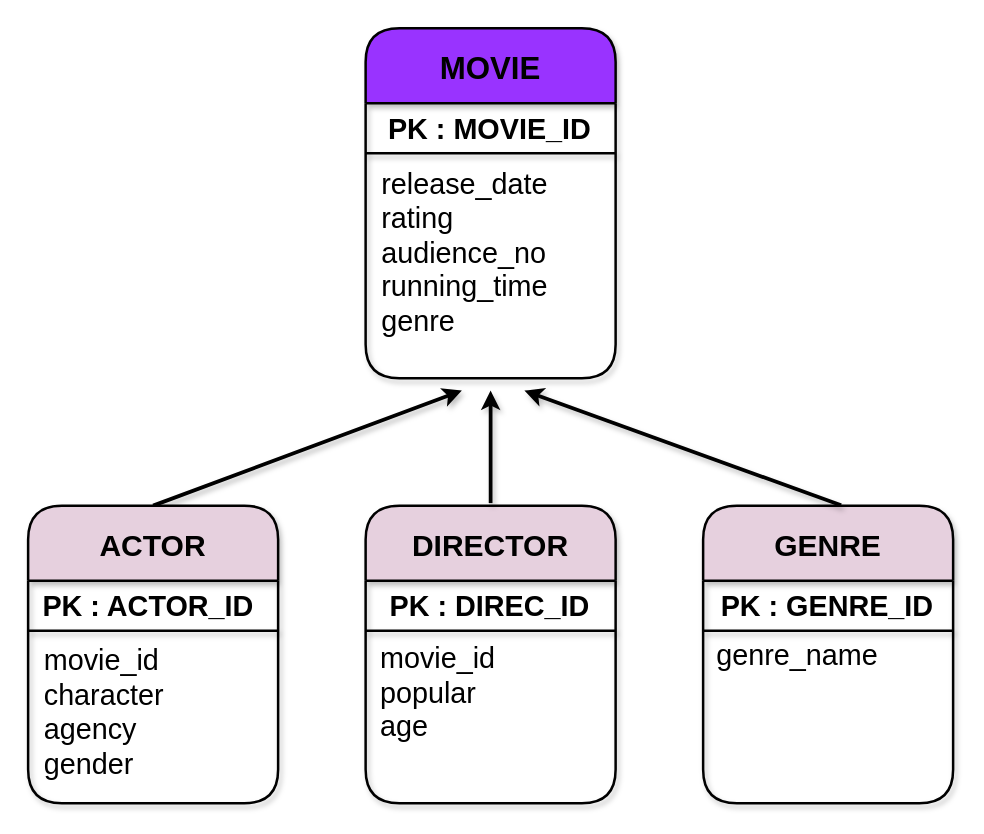
The draw.io diagram 0603/diagramlink.drawio in sujeong-jang-creator/Class-review, before the edit. Source tidied: cells renumbered, new cells numbered last; positions are measured from the earlier drawing's top-left corner, leaving out a move shared by most shapes. Both pictures are drawn from the tidied source at 125%, with x=0, y=0 at pixel (28, 28).
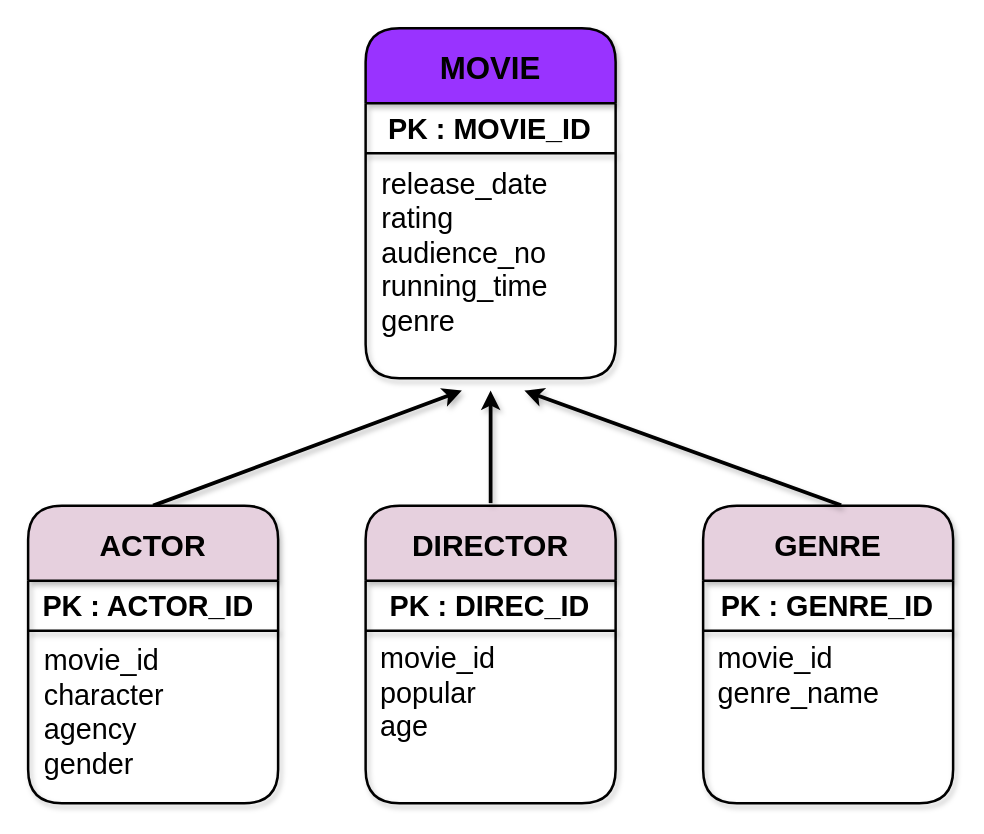
The same diagram, later.

Commit message:
피드백 수정

Unchanged cells that the change refers to:
```xml
<mxCell id="6" value="GENRE" style="swimlane;rounded=1;shadow=1;sketch=0;strokeWidth=2;gradientColor=none;startSize=60;fontSize=24;fillColor=#E6D0DE;" parent="1" vertex="1">
  <mxGeometry x="540" y="382" width="200" height="238" as="geometry" />
</mxCell>
```

The edit, as a diff of the source:
```diff
@@
-    <mxCell id="9" value="genre_name" style="text;html=1;strokeColor=none;fillColor=none;align=left;verticalAlign=middle;whiteSpace=wrap;rounded=0;shadow=1;sketch=0;fontSize=23;horizontal=1;labelPosition=center;verticalLabelPosition=middle;" parent="6" vertex="1">
-      <mxGeometry x="9" y="80" width="180" height="80" as="geometry" />
+    <mxCell id="9" value="movie_id&lt;br&gt;genre_name" style="text;html=1;strokeColor=none;fillColor=none;align=left;verticalAlign=middle;whiteSpace=wrap;rounded=0;shadow=1;sketch=0;fontSize=23;horizontal=1;labelPosition=center;verticalLabelPosition=middle;" parent="6" vertex="1">
+      <mxGeometry x="10" y="96" width="180" height="80" as="geometry" />
     </mxCell>
```
